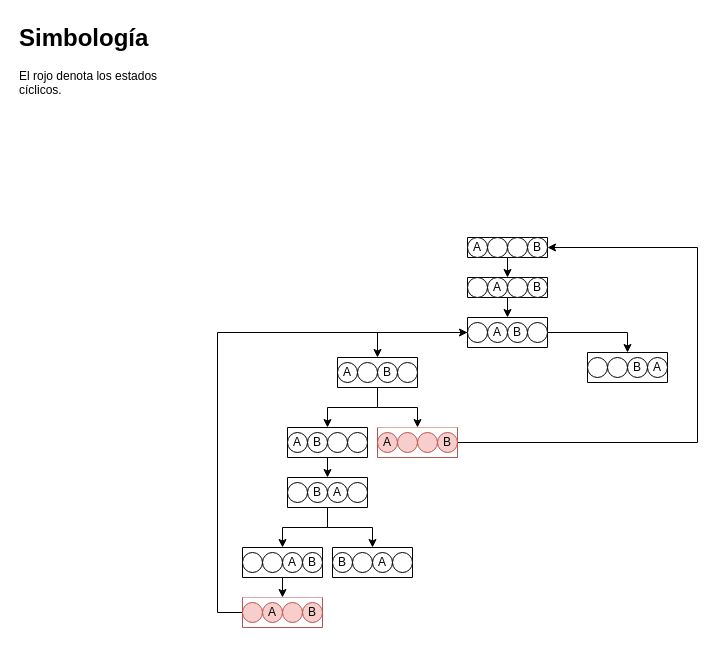
This is page "inciso3" (2 of 2) of Inciso1.drawio from DiggsPapu/UVGIA, a draw.io file, before an edit. Source tidied: cells renumbered, new cells numbered last; positions are measured from the earlier drawing's top-left corner, leaving out a move shared by most shapes. Both pictures are drawn from the tidied source at 100%, with x=0, y=0 at pixel (17, 17).
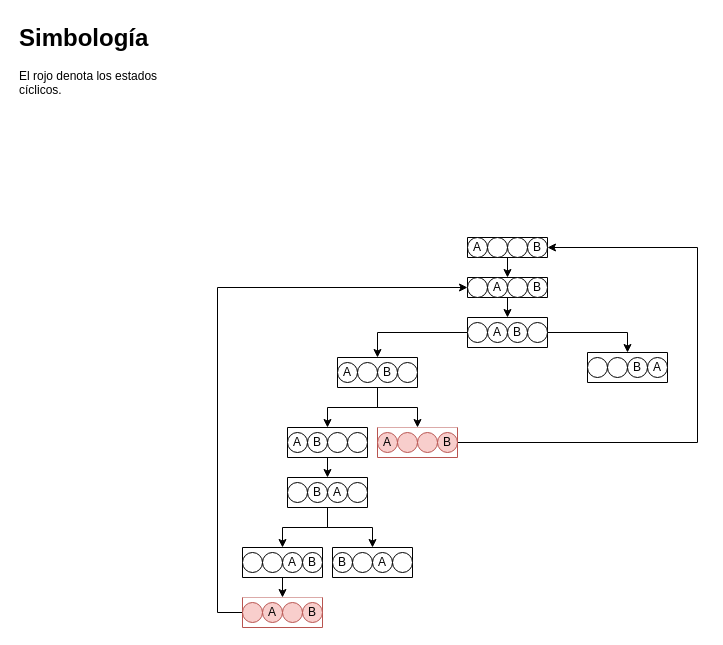
After the change.

The change refers to these unchanged cells:
```xml
<mxCell id="4" style="swimlane;startSize=0;" parent="1" vertex="1" collapsed="1">
  <mxGeometry x="450" y="260" width="80" height="20" as="geometry" />
</mxCell>
<mxCell id="24" style="swimlane;startSize=0;fillColor=#f8cecc;strokeColor=#b85450;swimlaneFillColor=default;" parent="1" vertex="1" collapsed="1">
  <mxGeometry x="225" y="580" width="80" height="30" as="geometry" />
</mxCell>
<mxCell id="35" style="ellipse;whiteSpace=wrap;html=1;" parent="1" vertex="1">
  <mxGeometry x="450" y="305" width="20" height="20" as="geometry" />
</mxCell>
```

What changed in the source:
```diff
@@
-    <mxCell id="23" style="edgeStyle=orthogonalEdgeStyle;rounded=0;jettySize=auto;html=1;entryX=0;entryY=0.5;entryDx=0;entryDy=0;" parent="1" edge="1" source="24" target="35">
+    <mxCell id="23" style="edgeStyle=orthogonalEdgeStyle;rounded=0;jettySize=auto;html=1;entryX=0;entryY=0.5;entryDx=0;entryDy=0;" parent="1" edge="1" source="24" target="4">
       <mxGeometry relative="1" as="geometry">
         <Array as="points">
           <mxPoint x="200" y="595" />
-          <mxPoint x="200" y="315" />
+          <mxPoint x="200" y="270" />
         </Array>
       </mxGeometry>
     </mxCell>
```
